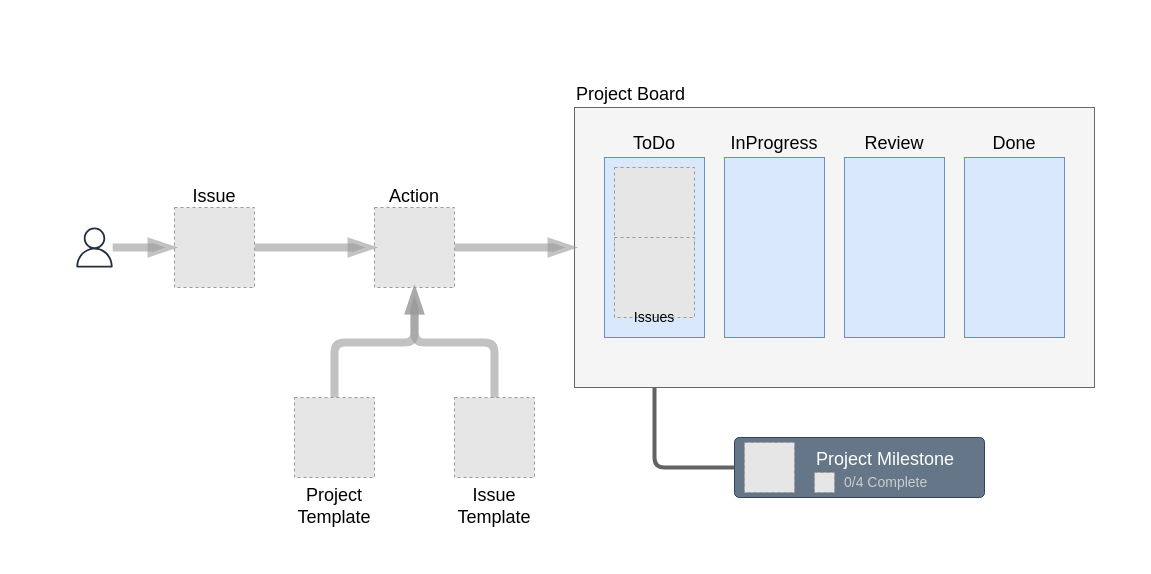
jefeish/project-template-action keeps this draw.io diagram as docs/images/pb-action.drawio. Above is the earlier version. Source tidied: cells renumbered, new cells numbered last; positions are measured from the earlier drawing's top-left corner, leaving out a move shared by most shapes. Both pictures are drawn from the tidied source at 100%, with x=0, y=0 at pixel (34, 57). Pictures stored in the file or linked from it are replaced by grey dashed boxes.
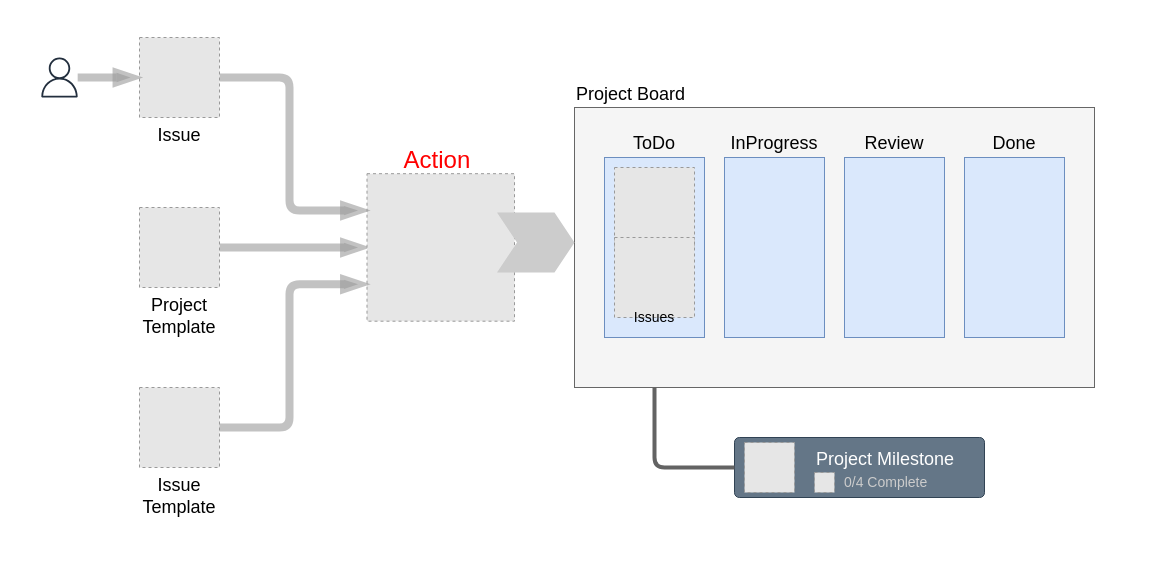
After the change.

The change refers to these unchanged cells:
```xml
<mxCell id="3" style="rounded=0;whiteSpace=wrap;html=1;fillColor=#f5f5f5;fontFamily=varela round;fontSize=18;verticalAlign=bottom;labelPosition=left;verticalLabelPosition=top;align=right;strokeColor=#666666;fontColor=#333333;" parent="1" vertex="1">
  <mxGeometry x="540" y="50" width="520" height="280" as="geometry" />
</mxCell>
```

What changed in the source:
```diff
@@
     <mxCell id="2" style="rounded=0;whiteSpace=wrap;html=1;opacity=80;strokeColor=none;" parent="1" vertex="1">
-      <mxGeometry width="1100" height="500" as="geometry" />
+      <mxGeometry x="-17.5" y="-40" width="1100" height="540" as="geometry" />
     </mxCell>
@@
-    <mxCell id="8" style="edgeStyle=orthogonalEdgeStyle;rounded=1;jettySize=auto;html=1;endArrow=blockThin;endFill=1;strokeColor=#999999;strokeWidth=8;fontFamily=varela round;fontSize=18;opacity=60;exitX=0.5;exitY=0;exitDx=0;exitDy=0;" parent="1" edge="1" source="15" target="10">
-      <mxGeometry relative="1" as="geometry" />
+    <mxCell id="8" style="edgeStyle=orthogonalEdgeStyle;rounded=1;jettySize=auto;html=1;endArrow=blockThin;endFill=1;strokeColor=#999999;strokeWidth=8;fontFamily=varela round;fontSize=18;opacity=60;exitX=1;exitY=0.5;exitDx=0;exitDy=0;entryX=0;entryY=0.5;entryDx=0;entryDy=0;" parent="1" edge="1" source="15" target="10">
+      <mxGeometry relative="1" as="geometry">
+        <Array as="points">
+          <mxPoint x="255" y="190" />
+          <mxPoint x="255" y="190" />
+        </Array>
+      </mxGeometry>
     </mxCell>
-    <mxCell id="9" style="edgeStyle=orthogonalEdgeStyle;rounded=1;jettySize=auto;html=1;endArrow=blockThin;endFill=1;strokeColor=#999999;strokeWidth=8;fontFamily=varela round;fontSize=18;opacity=60;" parent="1" edge="1" source="10" target="3">
-      <mxGeometry relative="1" as="geometry" />
-    </mxCell>
-    <mxCell id="10" value="Action" style="fillColor=#E6E6E6;strokeColor=#999999;dashed=1;verticalLabelPosition=top;verticalAlign=bottom;fontFamily=varela round;fontSize=18;labelPosition=center;align=center;" parent="1" vertex="1">
-      <mxGeometry x="340" y="150" width="80" height="80" as="geometry" />
+    <mxCell id="10" value="Action " style="fillColor=#E6E6E6;strokeColor=#999999;dashed=1;verticalLabelPosition=top;verticalAlign=bottom;fontFamily=varela round;fontSize=24;labelPosition=center;align=center;fontColor=#FF0000;" parent="1" vertex="1">
+      <mxGeometry x="332.5" y="116.2" width="147.5" height="147.5" as="geometry" />
     </mxCell>
     <mxCell id="11" value="Issue &#10;Template" style="fillColor=#E6E6E6;strokeColor=#999999;dashed=1;verticalLabelPosition=bottom;verticalAlign=top;fontFamily=varela round;fontSize=18;" parent="1" vertex="1">
-      <mxGeometry x="420" y="340" width="80" height="80" as="geometry" />
+      <mxGeometry x="105" y="330" width="80" height="80" as="geometry" />
     </mxCell>
@@
-    <mxCell id="14" style="edgeStyle=orthogonalEdgeStyle;rounded=1;jettySize=auto;html=1;fontFamily=varela round;fontSize=18;endArrow=blockThin;endFill=1;strokeWidth=8;strokeColor=#999999;opacity=60;exitX=0.5;exitY=0;exitDx=0;exitDy=0;" parent="1" edge="1" source="11" target="10">
-      <mxGeometry relative="1" as="geometry" />
+    <mxCell id="14" style="edgeStyle=orthogonalEdgeStyle;rounded=1;jettySize=auto;html=1;fontFamily=varela round;fontSize=18;endArrow=blockThin;endFill=1;strokeWidth=8;strokeColor=#999999;opacity=60;exitX=1;exitY=0.5;exitDx=0;exitDy=0;entryX=0;entryY=0.75;entryDx=0;entryDy=0;" parent="1" edge="1" source="11" target="10">
+      <mxGeometry relative="1" as="geometry">
+        <Array as="points">
+          <mxPoint x="255" y="370" />
+          <mxPoint x="255" y="227" />
+        </Array>
+      </mxGeometry>
     </mxCell>
     <mxCell id="15" value="Project &#10;Template" style="fillColor=#E6E6E6;strokeColor=#999999;dashed=1;verticalLabelPosition=bottom;verticalAlign=top;fontFamily=varela round;fontSize=18;" parent="1" vertex="1">
-      <mxGeometry x="260" y="340" width="80" height="80" as="geometry" />
+      <mxGeometry x="105" y="150" width="80" height="80" as="geometry" />
     </mxCell>
@@
-    <mxCell id="17" style="edgeStyle=orthogonalEdgeStyle;rounded=1;jettySize=auto;html=1;endArrow=blockThin;endFill=1;strokeColor=#999999;strokeWidth=8;fontFamily=varela round;fontSize=18;exitX=1;exitY=0.5;exitDx=0;exitDy=0;opacity=60;" parent="1" edge="1" source="18" target="10">
-      <mxGeometry relative="1" as="geometry" />
+    <mxCell id="17" style="edgeStyle=orthogonalEdgeStyle;rounded=1;jettySize=auto;html=1;endArrow=blockThin;endFill=1;strokeColor=#999999;strokeWidth=8;fontFamily=varela round;fontSize=18;exitX=1;exitY=0.5;exitDx=0;exitDy=0;opacity=60;entryX=0;entryY=0.25;entryDx=0;entryDy=0;" parent="1" edge="1" source="18" target="10">
+      <mxGeometry relative="1" as="geometry">
+        <Array as="points">
+          <mxPoint x="255" y="20" />
+          <mxPoint x="255" y="153" />
+        </Array>
+      </mxGeometry>
     </mxCell>
-    <mxCell id="18" value="Issue" style="fillColor=#E6E6E6;strokeColor=#999999;dashed=1;verticalLabelPosition=top;verticalAlign=bottom;fontFamily=varela round;fontSize=18;align=center;labelPosition=center;" parent="1" vertex="1">
-      <mxGeometry x="140" y="150" width="80" height="80" as="geometry" />
+    <mxCell id="18" value="Issue" style="fillColor=#E6E6E6;strokeColor=#999999;dashed=1;verticalLabelPosition=bottom;verticalAlign=top;fontFamily=varela round;fontSize=18;align=center;labelPosition=center;" parent="1" vertex="1">
+      <mxGeometry x="105" y="-20" width="80" height="80" as="geometry" />
     </mxCell>
@@
     <mxCell id="20" style="outlineConnect=0;fontColor=#232F3E;gradientColor=none;fillColor=#232F3E;strokeColor=none;dashed=0;verticalLabelPosition=bottom;verticalAlign=top;align=center;html=1;fontSize=12;fontStyle=0;shape=mxgraph.aws4.user;" parent="1" vertex="1">
-      <mxGeometry x="40" y="170" width="40" height="40" as="geometry" />
+      <mxGeometry x="5" width="40" height="40" as="geometry" />
     </mxCell>
-    <mxCell id="21" style="edgeStyle=orthogonalEdgeStyle;rounded=1;jettySize=auto;html=1;endArrow=blockThin;endFill=1;strokeColor=#999999;strokeWidth=8;fontFamily=varela round;fontSize=18;opacity=60;" parent="1" edge="1" source="20" target="18">
+    <mxCell id="21" style="edgeStyle=orthogonalEdgeStyle;rounded=1;jettySize=auto;html=1;endArrow=blockThin;endFill=1;strokeColor=#999999;strokeWidth=8;fontFamily=varela round;fontSize=18;opacity=60;entryX=0;entryY=0.5;entryDx=0;entryDy=0;" parent="1" edge="1" source="20" target="18">
       <mxGeometry relative="1" as="geometry" />
     </mxCell>
@@
+    <mxCell id="29" style="shape=step;perimeter=stepPerimeter;whiteSpace=wrap;html=1;fixedSize=1;fontSize=24;fontColor=#FF0000;size=20;strokeColor=none;fillColor=#CCCCCC;" parent="1" vertex="1">
+      <mxGeometry x="462.5" y="155" width="77.5" height="60" as="geometry" />
+    </mxCell>
```
